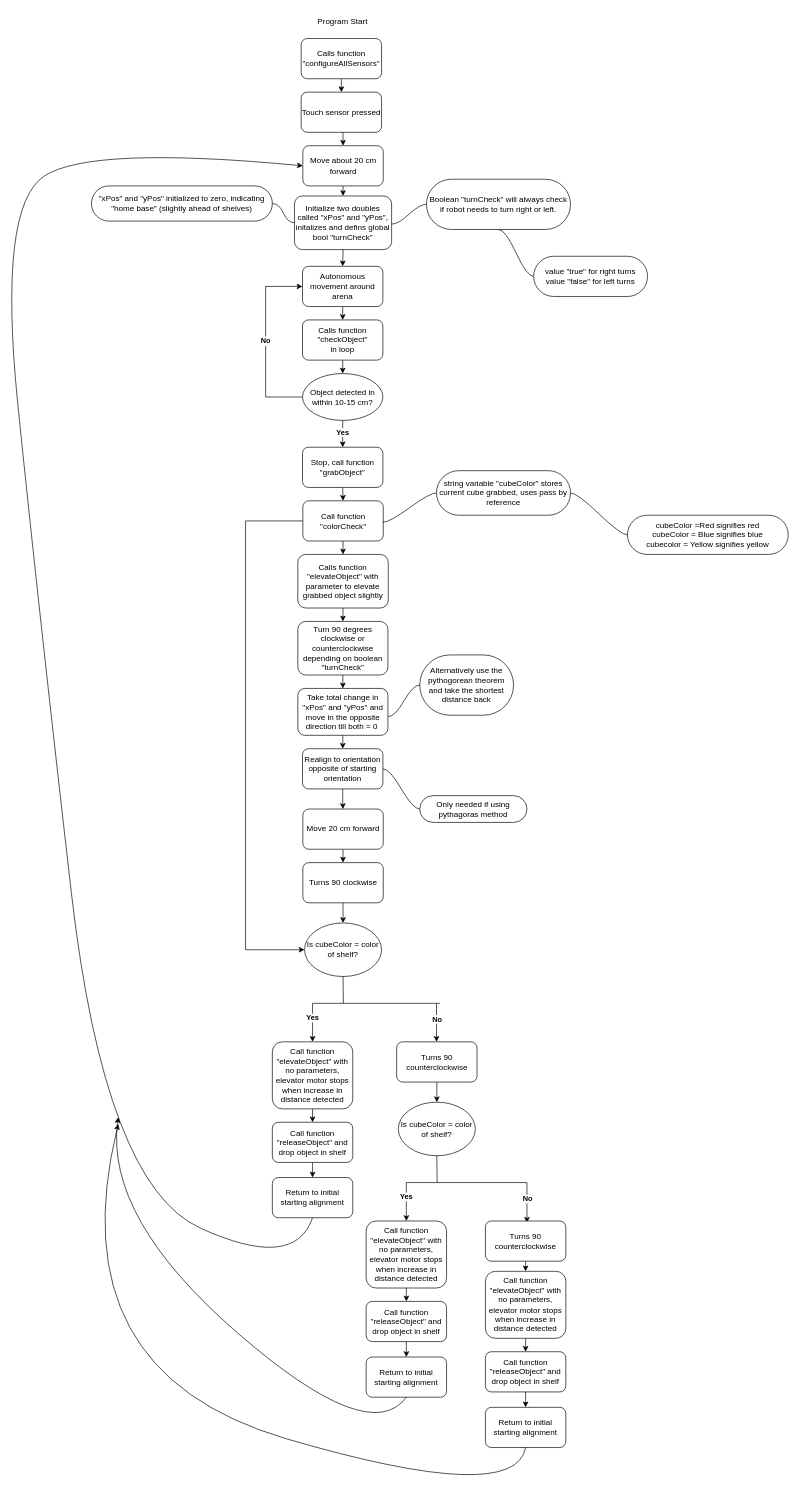
Before: Vex robot program flowchart.drawio in armaan-dot/ColorSorter, a draw.io diagram. Source tidied: cells renumbered, new cells numbered last; positions are measured from the earlier drawing's top-left corner, leaving out a move shared by most shapes. Both pictures are drawn from the tidied source at 67%, with x=0, y=0 at pixel (-3, 11).
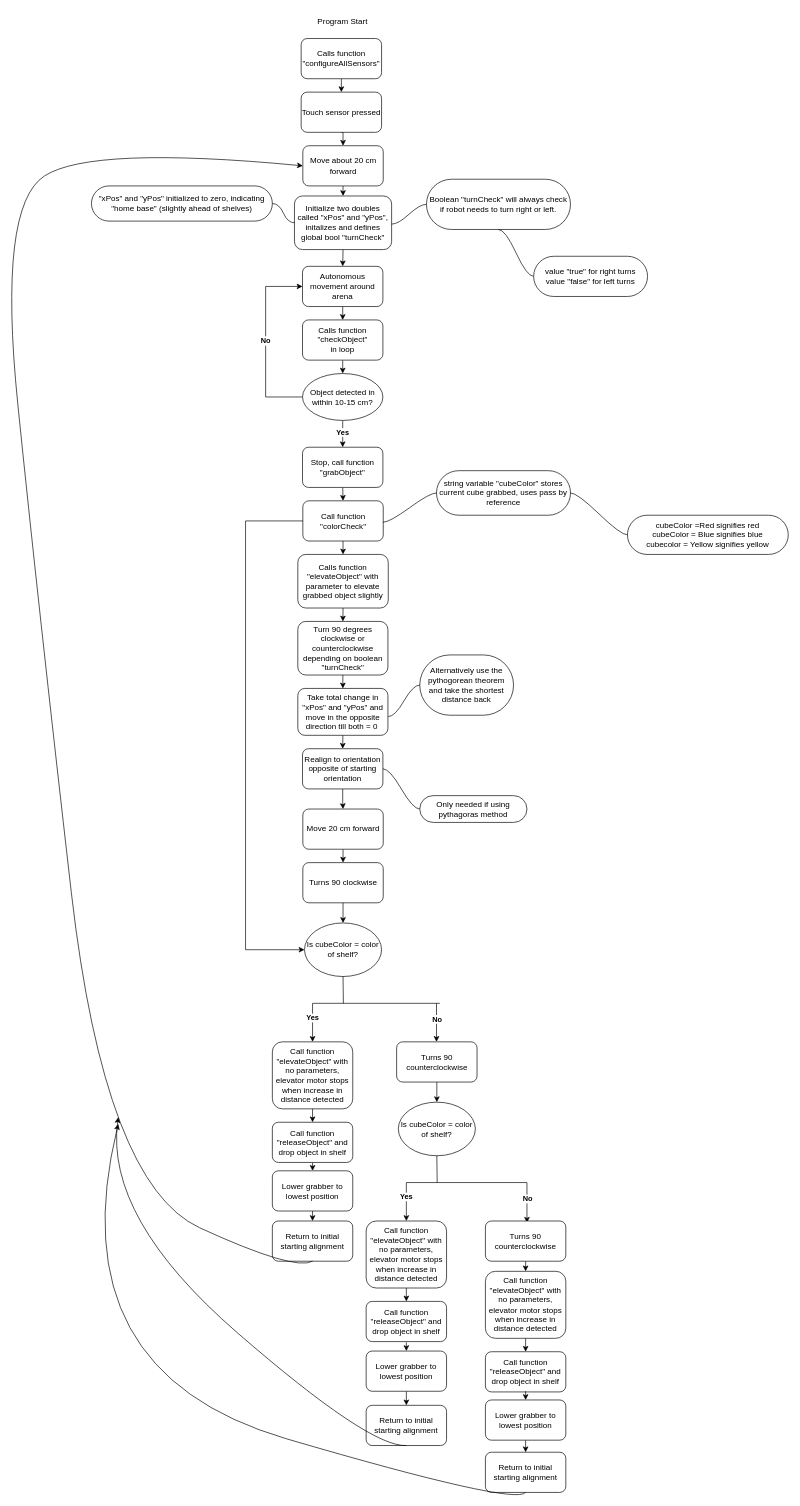
After the change.

Unchanged cells that the change refers to:
```xml
<mxCell id="57" value="Call function &quot;releaseObject&quot; and drop object in shelf" style="rounded=1;whiteSpace=wrap;html=1;" parent="1" vertex="1">
  <mxGeometry x="410" y="1657.5" width="120" height="60" as="geometry" />
</mxCell>
```

What changed in the source:
```diff
@@
-    <mxCell id="31" value="Initialize two doubles called &quot;xPos&quot; and &quot;yPos&quot;, initalizes and defins global bool &quot;turnCheck&quot;" style="rounded=1;whiteSpace=wrap;html=1;" parent="1" vertex="1">
+    <mxCell id="31" value="Initialize two doubles called &quot;xPos&quot; and &quot;yPos&quot;, initalizes and defines global bool &quot;turnCheck&quot;" style="rounded=1;whiteSpace=wrap;html=1;" parent="1" vertex="1">
       <mxGeometry x="443" y="275" width="145" height="80" as="geometry" />
     </mxCell>
@@
-    <mxCell id="56" style="edgeStyle=orthogonalEdgeStyle;rounded=0;jettySize=auto;html=1;exitX=0.5;exitY=1;exitDx=0;exitDy=0;entryX=0.5;entryY=0;entryDx=0;entryDy=0;" parent="1" edge="1" source="57" target="77">
-      <mxGeometry relative="1" as="geometry" />
-    </mxCell>
+    <mxCell id="87" style="edgeStyle=orthogonalEdgeStyle;rounded=0;jettySize=auto;html=1;exitX=0.5;exitY=1;exitDx=0;exitDy=0;entryX=0.5;entryY=0;entryDx=0;entryDy=0;" parent="1" edge="1" source="57" target="89">
+      <mxGeometry relative="1" as="geometry" />
+    </mxCell>
@@
     <mxCell id="77" value="Return to initial starting alignment" style="rounded=1;whiteSpace=wrap;html=1;" parent="1" vertex="1">
-      <mxGeometry x="410" y="1740" width="120" height="60" as="geometry" />
+      <mxGeometry x="410" y="1804.9" width="120" height="60" as="geometry" />
     </mxCell>
-    <mxCell id="78" style="edgeStyle=orthogonalEdgeStyle;rounded=0;jettySize=auto;html=1;exitX=0.5;exitY=1;exitDx=0;exitDy=0;entryX=0.5;entryY=0;entryDx=0;entryDy=0;" parent="1" edge="1" target="79">
-      <mxGeometry relative="1" as="geometry">
-        <mxPoint x="610" y="1984.9" as="sourcePoint" />
-      </mxGeometry>
-    </mxCell>
     <mxCell id="79" value="Return to initial starting alignment" style="rounded=1;whiteSpace=wrap;html=1;" parent="1" vertex="1">
-      <mxGeometry x="550" y="2007.9" width="120" height="60" as="geometry" />
+      <mxGeometry x="550" y="2080" width="120" height="60" as="geometry" />
     </mxCell>
-    <mxCell id="80" style="edgeStyle=orthogonalEdgeStyle;rounded=0;jettySize=auto;html=1;exitX=0.5;exitY=1;exitDx=0;exitDy=0;entryX=0.5;entryY=0;entryDx=0;entryDy=0;" parent="1" edge="1" target="81">
-      <mxGeometry relative="1" as="geometry">
-        <mxPoint x="788" y="2060" as="sourcePoint" />
-      </mxGeometry>
-    </mxCell>
     <mxCell id="81" value="Return to initial starting alignment" style="rounded=1;whiteSpace=wrap;html=1;" parent="1" vertex="1">
-      <mxGeometry x="728" y="2083" width="120" height="60" as="geometry" />
+      <mxGeometry x="728" y="2150" width="120" height="60" as="geometry" />
     </mxCell>
@@
+    <mxCell id="88" style="edgeStyle=orthogonalEdgeStyle;rounded=0;jettySize=auto;html=1;exitX=0.5;exitY=1;exitDx=0;exitDy=0;entryX=0.5;entryY=0;entryDx=0;entryDy=0;" parent="1" edge="1" source="89" target="77">
+      <mxGeometry relative="1" as="geometry" />
+    </mxCell>
+    <mxCell id="89" value="Lower grabber to lowest position" style="rounded=1;whiteSpace=wrap;html=1;" parent="1" vertex="1">
+      <mxGeometry x="410" y="1730" width="120" height="60" as="geometry" />
+    </mxCell>
+    <mxCell id="90" style="edgeStyle=orthogonalEdgeStyle;rounded=0;jettySize=auto;html=1;exitX=0.5;exitY=1;exitDx=0;exitDy=0;entryX=0.5;entryY=0;entryDx=0;entryDy=0;" parent="1" edge="1" target="92">
+      <mxGeometry relative="1" as="geometry">
+        <mxPoint x="610" y="1986" as="sourcePoint" />
+      </mxGeometry>
+    </mxCell>
+    <mxCell id="91" style="edgeStyle=orthogonalEdgeStyle;rounded=0;jettySize=auto;html=1;exitX=0.5;exitY=1;exitDx=0;exitDy=0;entryX=0.5;entryY=0;entryDx=0;entryDy=0;" parent="1" edge="1" source="92" target="79">
+      <mxGeometry relative="1" as="geometry" />
+    </mxCell>
+    <mxCell id="92" value="Lower grabber to lowest position" style="rounded=1;whiteSpace=wrap;html=1;" parent="1" vertex="1">
+      <mxGeometry x="550" y="1999" width="120" height="60" as="geometry" />
+    </mxCell>
+    <mxCell id="93" style="edgeStyle=orthogonalEdgeStyle;rounded=0;jettySize=auto;html=1;exitX=0.5;exitY=1;exitDx=0;exitDy=0;entryX=0.5;entryY=0;entryDx=0;entryDy=0;" parent="1" edge="1" target="95">
+      <mxGeometry relative="1" as="geometry">
+        <mxPoint x="788" y="2059" as="sourcePoint" />
+      </mxGeometry>
+    </mxCell>
+    <mxCell id="94" style="edgeStyle=orthogonalEdgeStyle;rounded=0;jettySize=auto;html=1;exitX=0.5;exitY=1;exitDx=0;exitDy=0;entryX=0.5;entryY=0;entryDx=0;entryDy=0;" parent="1" edge="1" source="95" target="81">
+      <mxGeometry relative="1" as="geometry" />
+    </mxCell>
+    <mxCell id="95" value="Lower grabber to lowest position" style="rounded=1;whiteSpace=wrap;html=1;" parent="1" vertex="1">
+      <mxGeometry x="728" y="2072" width="120" height="60" as="geometry" />
+    </mxCell>
```
